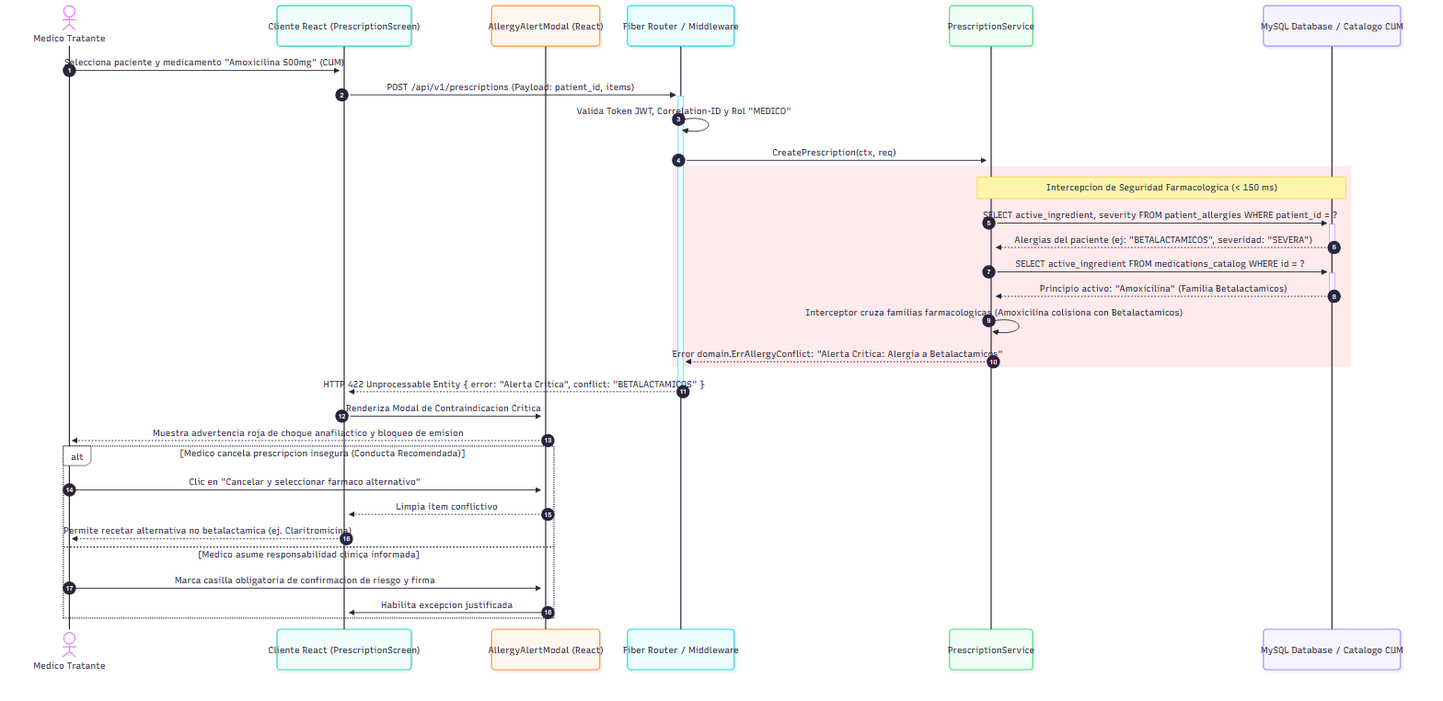
ThiagoVelez/Proyecto_felipe keeps this Mermaid diagram as docs/diagrams/06_secuencia_prescripcion_alergias.png. Above is the earlier version. Its source is kept beside it as docs/diagrams/06_secuencia_prescripcion_alergias.mmd. The source it was exported from:
```mermaid
sequenceDiagram
    autonumber
    actor Medico as Medico Tratante
    participant Frontend as Cliente React (PrescriptionScreen)
    participant Modal as AllergyAlertModal (React)
    participant API as Fiber Router / Middleware
    participant Service as PrescriptionService
    participant DB as MySQL Database / Catalogo CUM

    Medico->>+Frontend: Selecciona paciente y medicamento "Amoxicilina 500mg" (CUM)
    Frontend->>+API: POST /api/v1/prescriptions (Payload: patient_id, items)
    API->>API: Valida Token JWT, Correlation-ID y Rol "MEDICO"
    API->>+Service: CreatePrescription(ctx, req)

    rect rgb(255, 235, 235)
        Note over Service, DB: Intercepcion de Seguridad Farmacologica (< 150 ms)
        Service->>+DB: SELECT active_ingredient, severity FROM patient_allergies WHERE patient_id = ?
        DB-->>-Service: Alergias del paciente (ej: "BETALACTAMICOS", severidad: "SEVERA")
        Service->>+DB: SELECT active_ingredient FROM medications_catalog WHERE id = ?
        DB-->>-Service: Principio activo: "Amoxicilina" (Familia Betalactamicos)
        Service->>Service: Interceptor cruza familias farmacologicas (Amoxicilina colisiona con Betalactamicos)
        Service-->>API: Error domain.ErrAllergyConflict: "Alerta Critica: Alergia a Betalactamicos"
    end

    API-->>-Frontend: HTTP 422 Unprocessable Entity { error: "Alerta Critica", conflict: "BETALACTAMICOS" }
    Frontend->>+Modal: Renderiza Modal de Contraindicacion Critica
    Modal-->>Medico: Muestra advertencia roja de choque anafilactico y bloqueo de emision

    alt Medico cancela prescripcion insegura (Conducta Recomendada)
        Medico->>Modal: Clic en "Cancelar y seleccionar farmaco alternativo"
        Modal-->>Frontend: Limpia item conflictivo
        Frontend-->>Medico: Permite recetar alternativa no betalactamica (ej. Claritromicina)
    else Medico asume responsabilidad clinica informada
        Medico->>Modal: Marca casilla obligatoria de confirmacion de riesgo y firma
        Modal->>Frontend: Habilita excepcion justificada
    end
```
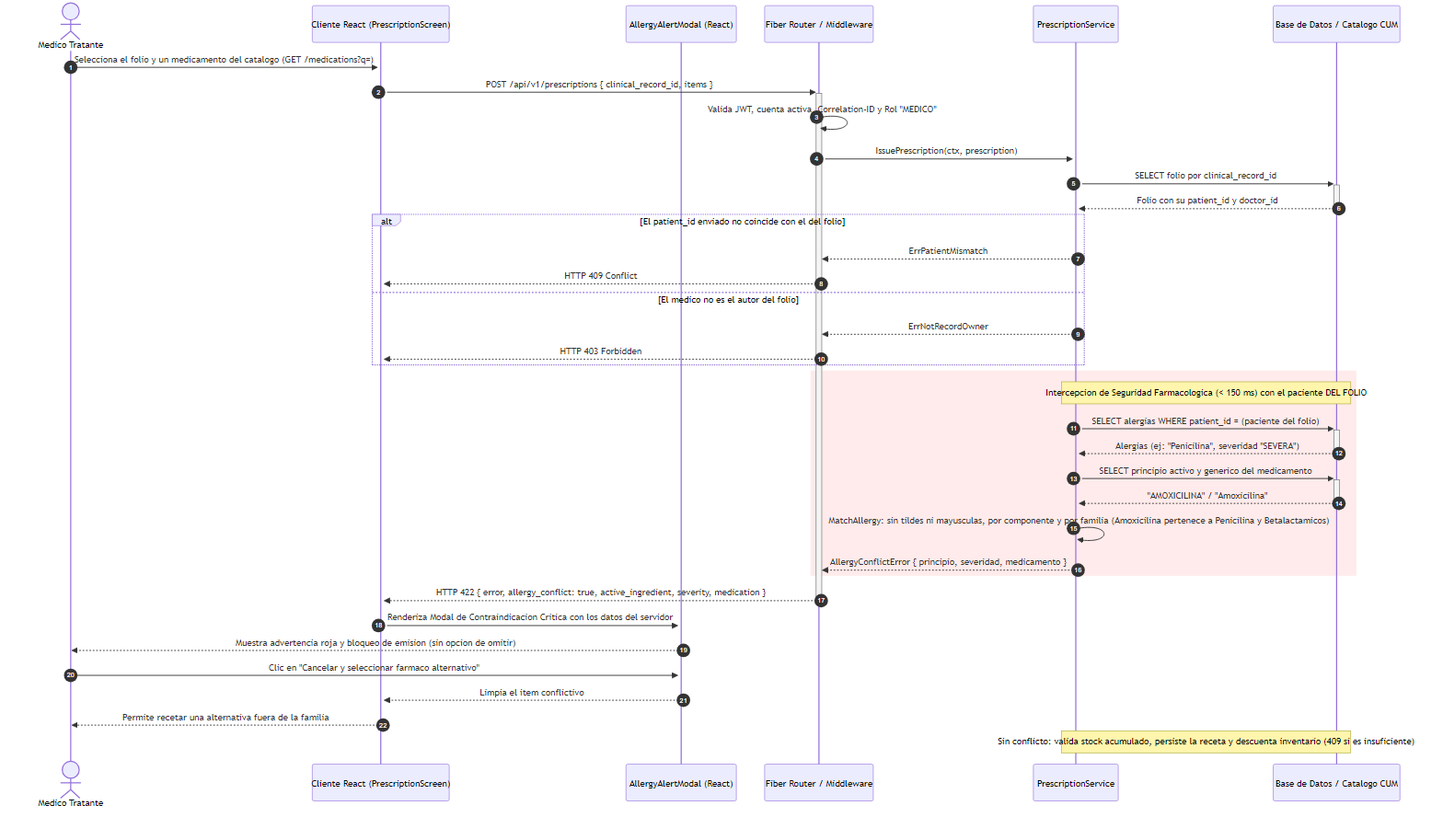
The same file after the commit.

Diff of the diagram source:
```diff
@@ -5,32 +5,39 @@
     participant Modal as AllergyAlertModal (React)
     participant API as Fiber Router / Middleware
     participant Service as PrescriptionService
-    participant DB as MySQL Database / Catalogo CUM
+    participant DB as Base de Datos / Catalogo CUM
 
-    Medico->>+Frontend: Selecciona paciente y medicamento "Amoxicilina 500mg" (CUM)
-    Frontend->>+API: POST /api/v1/prescriptions (Payload: patient_id, items)
-    API->>API: Valida Token JWT, Correlation-ID y Rol "MEDICO"
-    API->>+Service: CreatePrescription(ctx, req)
+    Medico->>+Frontend: Selecciona el folio y un medicamento del catalogo (GET /medications?q=)
+    Frontend->>+API: POST /api/v1/prescriptions { clinical_record_id, items }
+    API->>API: Valida JWT, cuenta activa, Correlation-ID y Rol "MEDICO"
+    API->>+Service: IssuePrescription(ctx, prescription)
+
+    Service->>+DB: SELECT folio por clinical_record_id
+    DB-->>-Service: Folio con su patient_id y doctor_id
+
+    alt El patient_id enviado no coincide con el del folio
+        Service-->>API: ErrPatientMismatch
+        API-->>Frontend: HTTP 409 Conflict
+    else El medico no es el autor del folio
+        Service-->>API: ErrNotRecordOwner
+        API-->>Frontend: HTTP 403 Forbidden
+    end
 
     rect rgb(255, 235, 235)
-        Note over Service, DB: Intercepcion de Seguridad Farmacologica (< 150 ms)
-        Service->>+DB: SELECT active_ingredient, severity FROM patient_allergies WHERE patient_id = ?
-        DB-->>-Service: Alergias del paciente (ej: "BETALACTAMICOS", severidad: "SEVERA")
-        Service->>+DB: SELECT active_ingredient FROM medications_catalog WHERE id = ?
-        DB-->>-Service: Principio activo: "Amoxicilina" (Familia Betalactamicos)
-        Service->>Service: Interceptor cruza familias farmacologicas (Amoxicilina colisiona con Betalactamicos)
-        Service-->>API: Error domain.ErrAllergyConflict: "Alerta Critica: Alergia a Betalactamicos"
+        Note over Service, DB: Intercepcion de Seguridad Farmacologica (< 150 ms) con el paciente DEL FOLIO
+        Service->>+DB: SELECT alergias WHERE patient_id = (paciente del folio)
+        DB-->>-Service: Alergias (ej: "Penicilina", severidad "SEVERA")
+        Service->>+DB: SELECT principio activo y generico del medicamento
+        DB-->>-Service: "AMOXICILINA" / "Amoxicilina"
+        Service->>Service: MatchAllergy: sin tildes ni mayusculas, por componente y por familia (Amoxicilina pertenece a Penicilina y Betalactamicos)
+        Service-->>API: AllergyConflictError { principio, severidad, medicamento }
     end
 
-    API-->>-Frontend: HTTP 422 Unprocessable Entity { error: "Alerta Critica", conflict: "BETALACTAMICOS" }
-    Frontend->>+Modal: Renderiza Modal de Contraindicacion Critica
-    Modal-->>Medico: Muestra advertencia roja de choque anafilactico y bloqueo de emision
+    API-->>-Frontend: HTTP 422 { error, allergy_conflict: true, active_ingredient, severity, medication }
+    Frontend->>+Modal: Renderiza Modal de Contraindicacion Critica con los datos del servidor
+    Modal-->>Medico: Muestra advertencia roja y bloqueo de emision (sin opcion de omitir)
+    Medico->>Modal: Clic en "Cancelar y seleccionar farmaco alternativo"
+    Modal-->>Frontend: Limpia el item conflictivo
+    Frontend-->>Medico: Permite recetar una alternativa fuera de la familia
 
-    alt Medico cancela prescripcion insegura (Conducta Recomendada)
-        Medico->>Modal: Clic en "Cancelar y seleccionar farmaco alternativo"
-        Modal-->>Frontend: Limpia item conflictivo
-        Frontend-->>Medico: Permite recetar alternativa no betalactamica (ej. Claritromicina)
-    else Medico asume responsabilidad clinica informada
-        Medico->>Modal: Marca casilla obligatoria de confirmacion de riesgo y firma
-        Modal->>Frontend: Habilita excepcion justificada
-    end
+    Note over Service, DB: Sin conflicto: valida stock acumulado, persiste la receta y descuenta inventario (409 si es insuficiente)
```
